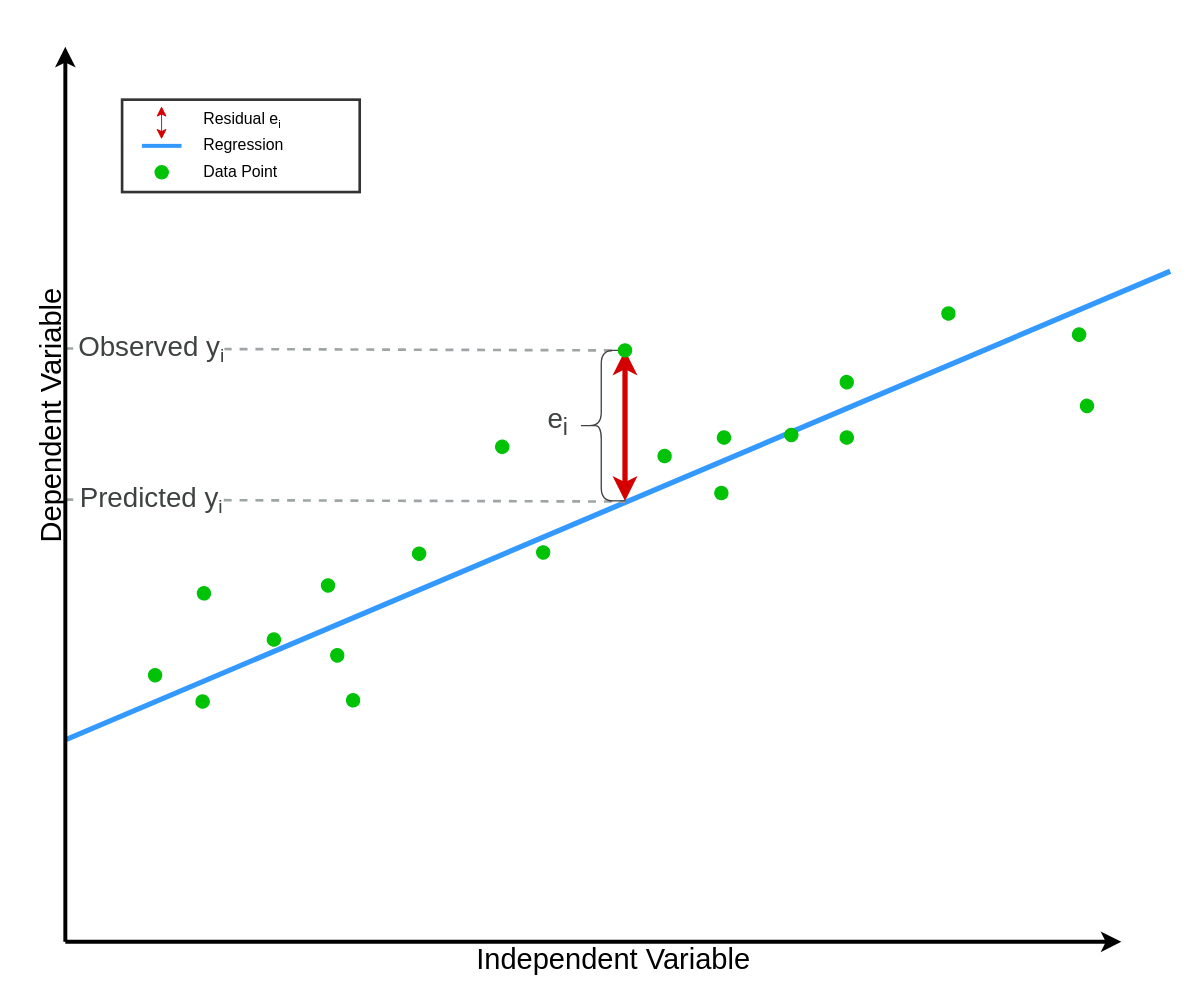
This is page "Page-6" (6 of 12) of data/Metric Diagram.drawio from aydinerol/Band-Gap-Prediction-Using-ML, a draw.io file, before an edit. Source tidied: cells renumbered, new cells numbered last; positions are measured from the earlier drawing's top-left corner, leaving out a move shared by most shapes. Both pictures are drawn from the tidied source at 132%, with x=0, y=0 at pixel (-87, 46).
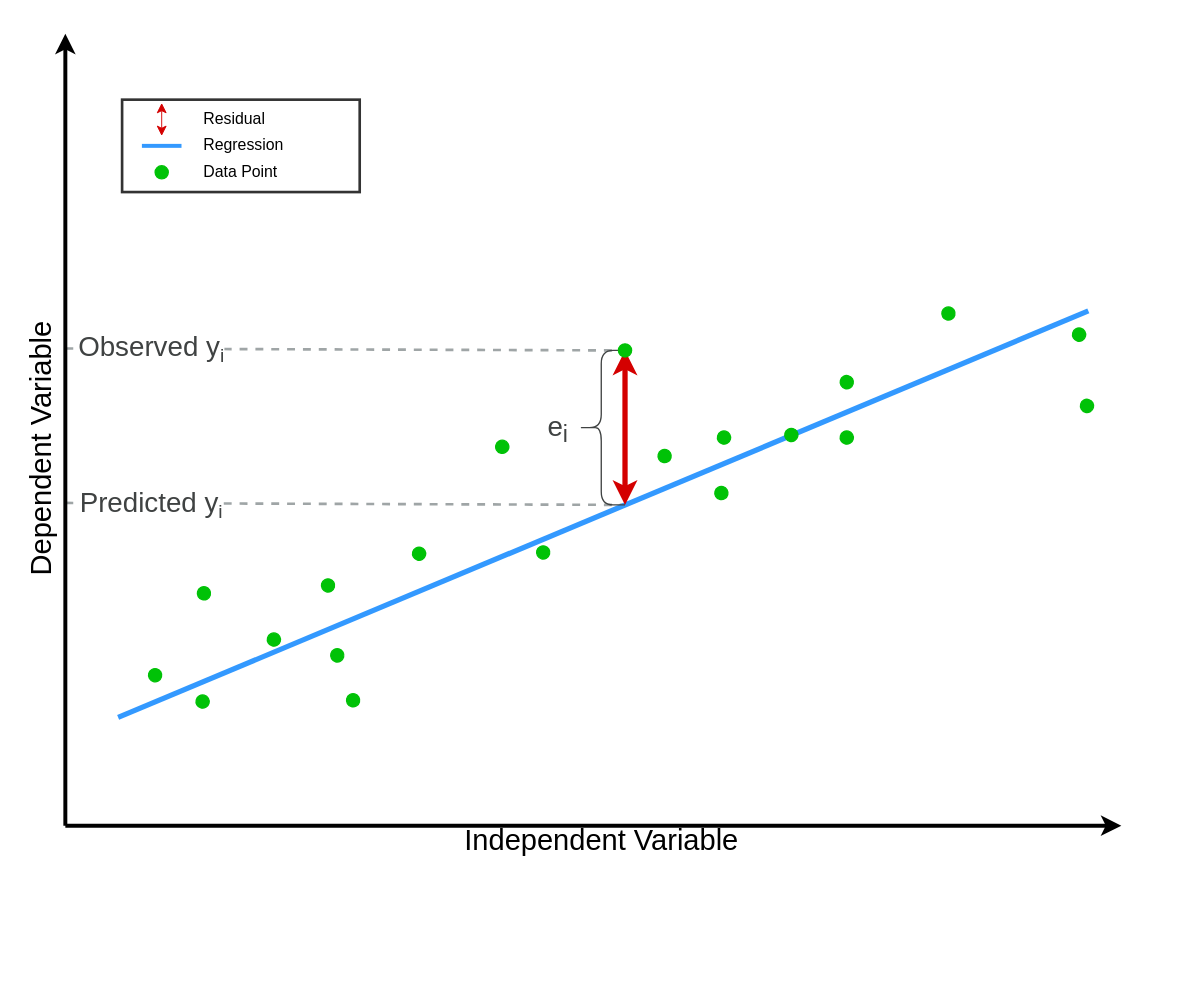
The same page after the edit.

Change to the diagram source:
```diff
@@
+    <mxCell id="3" style="endArrow=none;dashed=1;html=1;rounded=0;strokeColor=#9FA5A6;strokeWidth=2;" parent="1" edge="1">
+      <mxGeometry relative="1" as="geometry">
+        <mxPoint x="115" y="345.5" as="sourcePoint" />
+        <mxPoint x="539" y="347" as="targetPoint" />
+      </mxGeometry>
+    </mxCell>
     <mxCell id="2" style="endArrow=none;html=1;fontSize=22;fontColor=default;strokeWidth=4;curved=1;fillColor=#60a917;strokeColor=#3399FF;" parent="1" edge="1">
       <mxGeometry relative="1" as="geometry">
-        <mxPoint x="115" y="525" as="sourcePoint" />
-        <mxPoint x="952" y="170" as="targetPoint" />
-        <Array as="points">
-          <mxPoint x="907" y="189" />
-        </Array>
+        <mxPoint x="155" y="508" as="sourcePoint" />
+        <mxPoint x="890" y="200" as="targetPoint" />
       </mxGeometry>
     </mxCell>
-    <mxCell id="3" style="endArrow=none;dashed=1;html=1;rounded=0;strokeColor=#9FA5A6;strokeWidth=2;" parent="1" edge="1">
-      <mxGeometry relative="1" as="geometry">
-        <mxPoint x="115" y="343" as="sourcePoint" />
-        <mxPoint x="539" y="344.5" as="targetPoint" />
-      </mxGeometry>
-    </mxCell>
@@
     <mxCell id="5" value="Dependent Variable" style="text;html=1;align=center;verticalAlign=middle;strokeColor=none;fillColor=none;rotation=-90;fontSize=22;" parent="1" vertex="1">
-      <mxGeometry y="265" width="210" height="30" as="geometry" />
+      <mxGeometry x="-7" y="290" width="210" height="30" as="geometry" />
     </mxCell>
     <mxCell id="6" value="Independent Variable" style="text;html=1;align=center;verticalAlign=middle;strokeColor=none;fillColor=none;rotation=0;fontSize=22;" parent="1" vertex="1">
-      <mxGeometry x="420" y="677" width="220" height="30" as="geometry" />
+      <mxGeometry x="411" y="587" width="220" height="30" as="geometry" />
     </mxCell>
     <mxCell id="7" style="endArrow=classic;html=1;rounded=0;endFill=1;strokeWidth=3;" parent="1" edge="1">
       <mxGeometry relative="1" as="geometry">
-        <mxPoint x="115" y="678" as="sourcePoint" />
-        <mxPoint x="915" y="678" as="targetPoint" />
+        <mxPoint x="115" y="590" as="sourcePoint" />
+        <mxPoint x="915" y="590" as="targetPoint" />
       </mxGeometry>
     </mxCell>
@@
-    <mxCell id="10" value="Residual e&lt;span style=&quot;font-size: 10px;&quot;&gt;&lt;sub&gt;i&lt;/sub&gt;&lt;/span&gt;" style="text;html=1;strokeColor=none;fillColor=none;align=left;verticalAlign=middle;whiteSpace=wrap;rounded=0;shadow=0;glass=0;opacity=80;" parent="1" vertex="1">
+    <mxCell id="10" value="Residual" style="text;html=1;strokeColor=none;fillColor=none;align=left;verticalAlign=middle;whiteSpace=wrap;rounded=0;shadow=0;glass=0;opacity=80;" parent="1" vertex="1">
       <mxGeometry x="218" y="50" width="120" height="10" as="geometry" />
     </mxCell>
@@
     <mxCell id="13" style="edgeStyle=orthogonalEdgeStyle;rounded=0;orthogonalLoop=1;jettySize=auto;html=1;strokeColor=#D40000;strokeWidth=0.7;startArrow=classic;startFill=1;" parent="1" edge="1">
       <mxGeometry relative="1" as="geometry">
-        <mxPoint x="187.9" y="45" as="sourcePoint" />
-        <mxPoint x="187.9" y="70" as="targetPoint" />
+        <mxPoint x="188" y="42.5" as="sourcePoint" />
+        <mxPoint x="188" y="67.5" as="targetPoint" />
       </mxGeometry>
     </mxCell>
@@
     <mxCell id="15" style="endArrow=classic;html=1;rounded=0;endFill=1;strokeWidth=3;" parent="1" edge="1">
       <mxGeometry relative="1" as="geometry">
-        <mxPoint x="115" y="678" as="sourcePoint" />
-        <mxPoint x="115" as="targetPoint" />
+        <mxPoint x="115" y="590" as="sourcePoint" />
+        <mxPoint x="115" y="-10" as="targetPoint" />
       </mxGeometry>
     </mxCell>
@@
     <mxCell id="32" style="edgeStyle=orthogonalEdgeStyle;rounded=0;orthogonalLoop=1;jettySize=auto;html=1;strokeColor=#D40000;strokeWidth=4;startArrow=classic;startFill=1;fillColor=#a20025;" parent="1" edge="1">
       <mxGeometry relative="1" as="geometry">
         <mxPoint x="539" y="230" as="sourcePoint" />
-        <mxPoint x="539" y="344" as="targetPoint" />
+        <mxPoint x="539" y="347" as="targetPoint" />
         <Array as="points">
           <mxPoint x="538.9" y="233" />
         </Array>
       </mxGeometry>
     </mxCell>
@@
     <mxCell id="37" style="shape=curlyBracket;whiteSpace=wrap;html=1;rounded=1;strokeColor=#3F4242;fillColor=#000000;fontColor=#ffffff;rotation=0;" parent="1" vertex="1">
-      <mxGeometry x="503" y="230" width="36" height="114" as="geometry" />
+      <mxGeometry x="503" y="230" width="36" height="117" as="geometry" />
     </mxCell>
     <mxCell id="38" value="&lt;sub style=&quot;&quot;&gt;&lt;span style=&quot;font-size: 21px;&quot;&gt;e&lt;sub&gt;i&lt;/sub&gt;&lt;/span&gt;&lt;/sub&gt;" style="text;html=1;align=center;verticalAlign=middle;strokeColor=none;fillColor=none;rounded=0;glass=0;labelBackgroundColor=default;fontSize=21;fontColor=#3F4242;rotation=0;" parent="1" vertex="1">
-      <mxGeometry x="473" y="261" width="30" height="40" as="geometry" />
+      <mxGeometry x="473" y="267" width="30" height="40" as="geometry" />
     </mxCell>
@@
     <mxCell id="40" value="Predicted y&lt;span style=&quot;font-size: 17.5px;&quot;&gt;&lt;sub&gt;i&lt;/sub&gt;&lt;/span&gt;" style="text;html=1;align=center;verticalAlign=middle;strokeColor=none;fillColor=none;rounded=0;glass=0;labelBackgroundColor=default;fontSize=21;fontColor=#3F4242;" parent="1" vertex="1">
-      <mxGeometry x="120" y="323" width="120" height="40" as="geometry" />
+      <mxGeometry x="120" y="327" width="120" height="40" as="geometry" />
     </mxCell>
```
